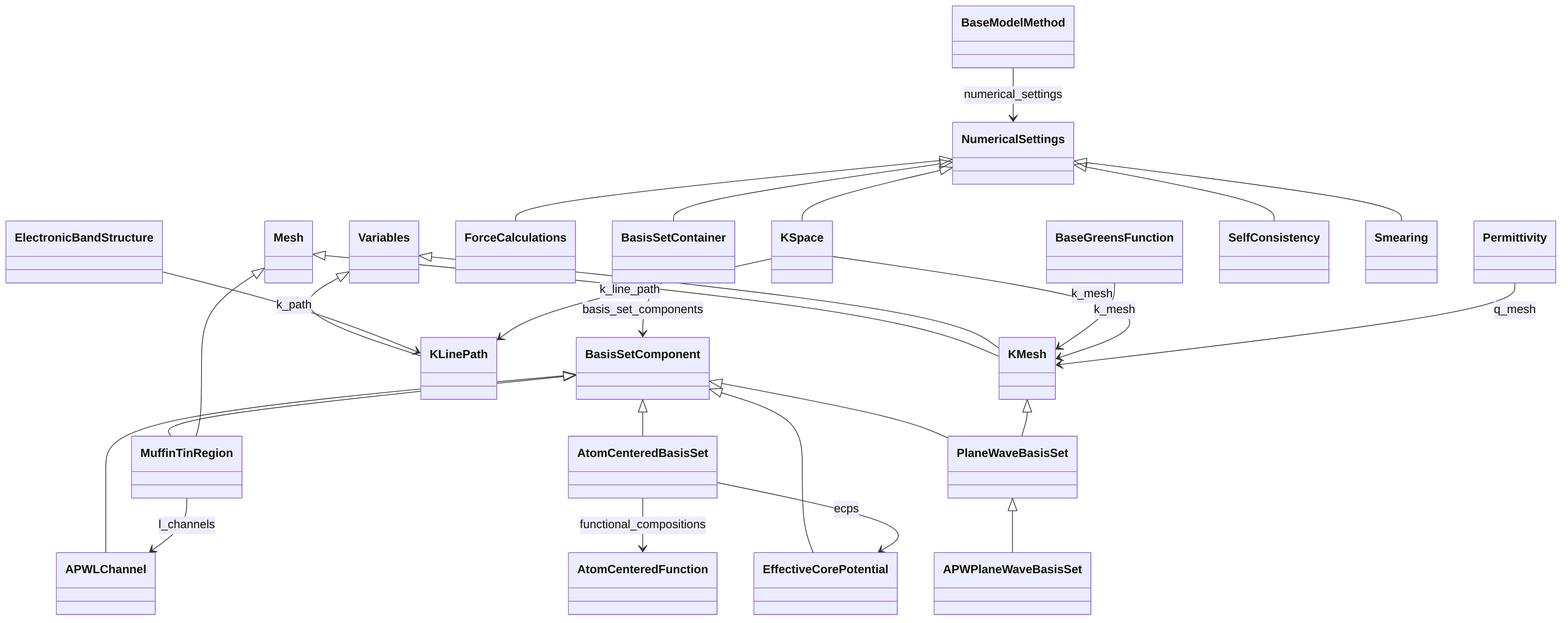
Above: docs/assets/diagrams/numerical_settings_0.png in FAIRmat-NFDI/nomad-simulations (Mermaid), before the change. Its source is kept beside it as docs/assets/diagrams/numerical_settings_0.png.mmd.
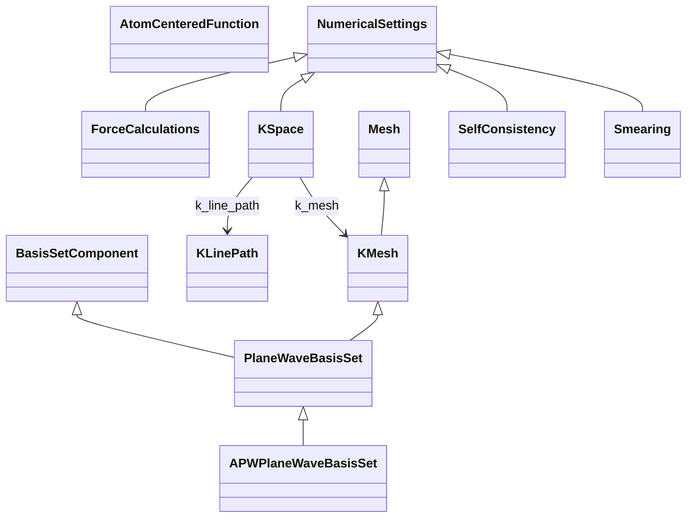
After the change.

Change to the diagram source:
```diff
@@ -1,49 +1,23 @@
 classDiagram
-    class APWLChannel
     class APWPlaneWaveBasisSet
-    class AtomCenteredBasisSet
     class AtomCenteredFunction
-    class BaseGreensFunction
-    class BaseModelMethod
     class BasisSetComponent
-    class BasisSetContainer
-    class EffectiveCorePotential
-    class ElectronicBandStructure
     class ForceCalculations
     class KLinePath
     class KMesh
     class KSpace
     class Mesh
-    class MuffinTinRegion
     class NumericalSettings
-    class Permittivity
     class PlaneWaveBasisSet
     class SelfConsistency
     class Smearing
-    class Variables
-    BasisSetComponent <|-- APWLChannel
     PlaneWaveBasisSet <|-- APWPlaneWaveBasisSet
-    BasisSetComponent <|-- AtomCenteredBasisSet
-    NumericalSettings <|-- BasisSetContainer
-    BasisSetComponent <|-- EffectiveCorePotential
     NumericalSettings <|-- ForceCalculations
-    Variables <|-- KLinePath
     Mesh <|-- KMesh
-    Variables <|-- KMesh
     NumericalSettings <|-- KSpace
-    BasisSetComponent <|-- MuffinTinRegion
-    Mesh <|-- MuffinTinRegion
     BasisSetComponent <|-- PlaneWaveBasisSet
     KMesh <|-- PlaneWaveBasisSet
     NumericalSettings <|-- SelfConsistency
     NumericalSettings <|-- Smearing
-    AtomCenteredBasisSet --> AtomCenteredFunction : functional_compositions
-    AtomCenteredBasisSet --> EffectiveCorePotential : ecps
-    BaseGreensFunction --> KMesh : k_mesh
-    BaseModelMethod --> NumericalSettings : numerical_settings
-    BasisSetContainer --> BasisSetComponent : basis_set_components
-    ElectronicBandStructure --> KLinePath : k_path
     KSpace --> KLinePath : k_line_path
     KSpace --> KMesh : k_mesh
-    MuffinTinRegion --> APWLChannel : l_channels
-    Permittivity --> KMesh : q_mesh
```
